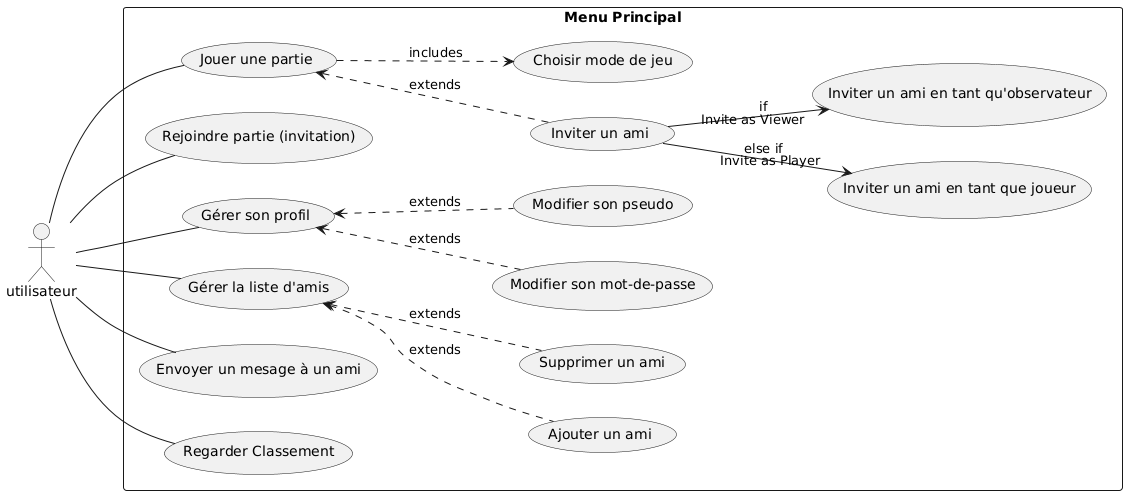
Before: SRD-DOC/uml/usescase/menu-principal/menu_principal.png, a diagram exported from PlantUML (ulb-info2-group5/Royal-Blocks).
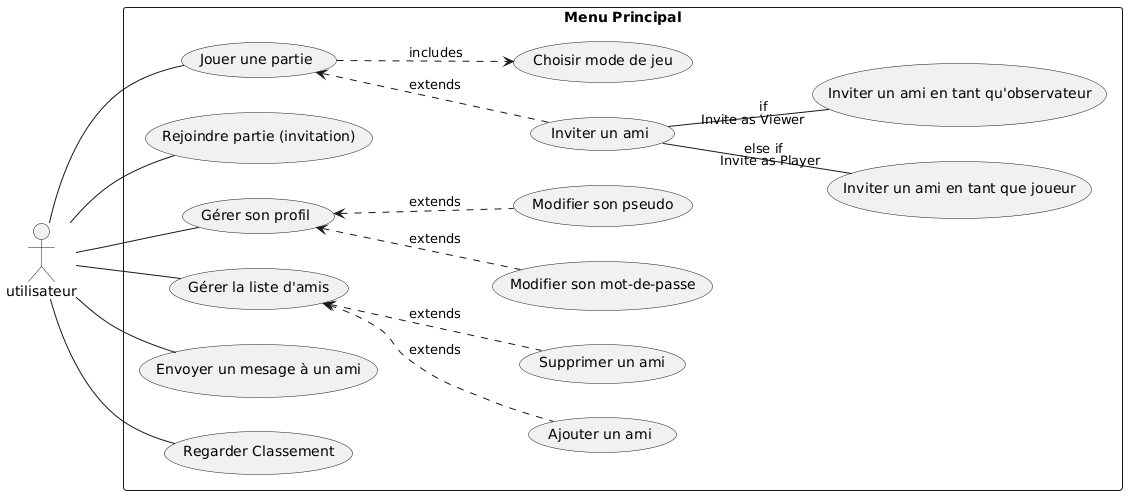
Later version of the same file.

Commit message:
fixed sth invite friend (was an arrow instead of line)

Change to the diagram source:
```diff
@@ -30,8 +30,8 @@
     (manage_profile) <-. (change_nickname): extends
 }
 
-invite_friend --> invite_friend_as_player : else if "Invite as Player"
-invite_friend --> invite_friend_as_viewer : if "Invite as Viewer"
+invite_friend -- invite_friend_as_player : else if "Invite as Player"
+invite_friend -- invite_friend_as_viewer : if "Invite as Viewer"
 
 user -- play_game
 user -- join_friend_game
```
